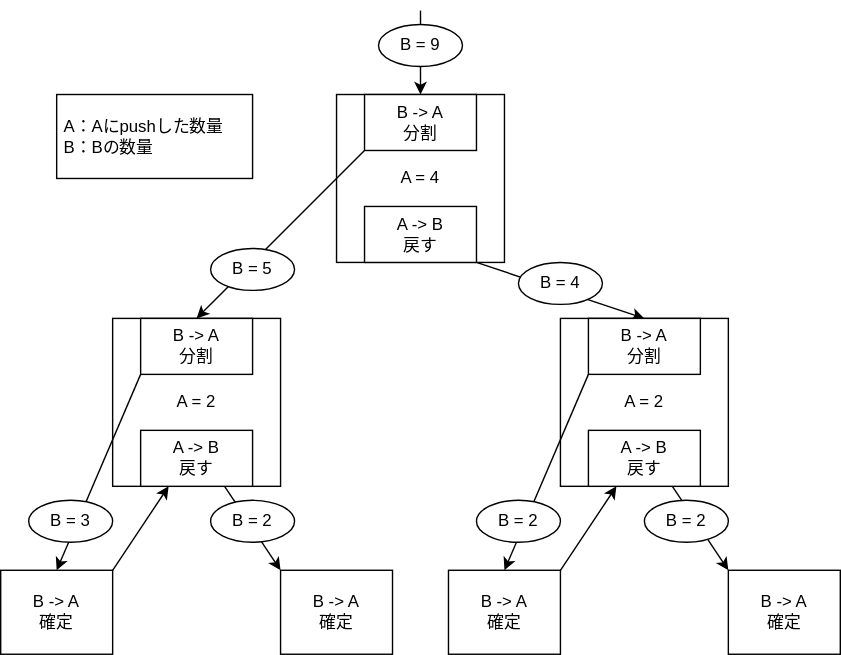
welove-t/42Tokyo-push_swap keeps this draw.io diagram as images/qsort/qsort-recur_btoa.svg. Above is the earlier version. Source tidied: cells renumbered, new cells last; positions are measured from the earlier drawing's top-left corner, leaving out a move shared by most shapes. Its diagram source:
```xml
<mxGraphModel>
  <root>
    <mxCell id="0" />
    <mxCell id="1" parent="0" />
    <mxCell id="2" value="A = 4" style="rounded=0;whiteSpace=wrap;html=1;" parent="1" vertex="1">
      <mxGeometry x="240" y="60" width="120" height="120" as="geometry" />
    </mxCell>
    <mxCell id="3" style="edgeStyle=none;html=1;exitX=0;exitY=1;exitDx=0;exitDy=0;entryX=0.5;entryY=0;entryDx=0;entryDy=0;" parent="1" edge="1" source="4" target="9">
      <mxGeometry relative="1" as="geometry" />
    </mxCell>
    <mxCell id="4" value="B -&amp;gt; A&lt;br&gt;分割" style="rounded=0;whiteSpace=wrap;html=1;" parent="1" vertex="1">
      <mxGeometry x="260" y="60" width="80" height="40" as="geometry" />
    </mxCell>
    <mxCell id="5" style="edgeStyle=none;html=1;exitX=1;exitY=1;exitDx=0;exitDy=0;entryX=0.5;entryY=0;entryDx=0;entryDy=0;" parent="1" edge="1" source="6" target="14">
      <mxGeometry relative="1" as="geometry" />
    </mxCell>
    <mxCell id="6" value="A -&amp;gt; B&lt;br&gt;戻す" style="rounded=0;whiteSpace=wrap;html=1;" parent="1" vertex="1">
      <mxGeometry x="260" y="140" width="80" height="40" as="geometry" />
    </mxCell>
    <mxCell id="7" value="A = 2" style="rounded=0;whiteSpace=wrap;html=1;" parent="1" vertex="1">
      <mxGeometry x="80" y="220" width="120" height="120" as="geometry" />
    </mxCell>
    <mxCell id="8" style="edgeStyle=none;html=1;exitX=0;exitY=1;exitDx=0;exitDy=0;entryX=0.5;entryY=0;entryDx=0;entryDy=0;" parent="1" edge="1" source="9" target="18">
      <mxGeometry relative="1" as="geometry" />
    </mxCell>
    <mxCell id="9" value="B -&amp;gt; A&lt;br&gt;分割" style="rounded=0;whiteSpace=wrap;html=1;" parent="1" vertex="1">
      <mxGeometry x="100" y="220" width="80" height="40" as="geometry" />
    </mxCell>
    <mxCell id="10" style="edgeStyle=none;html=1;exitX=0.75;exitY=1;exitDx=0;exitDy=0;entryX=0;entryY=0;entryDx=0;entryDy=0;" parent="1" edge="1" source="11" target="19">
      <mxGeometry relative="1" as="geometry" />
    </mxCell>
    <mxCell id="11" value="A -&amp;gt; B&lt;br&gt;戻す" style="rounded=0;whiteSpace=wrap;html=1;" parent="1" vertex="1">
      <mxGeometry x="100" y="300" width="80" height="40" as="geometry" />
    </mxCell>
    <mxCell id="12" value="A = 2" style="rounded=0;whiteSpace=wrap;html=1;" parent="1" vertex="1">
      <mxGeometry x="400" y="220" width="120" height="120" as="geometry" />
    </mxCell>
    <mxCell id="13" style="edgeStyle=none;html=1;exitX=0;exitY=1;exitDx=0;exitDy=0;entryX=0.5;entryY=0;entryDx=0;entryDy=0;" parent="1" edge="1" source="14" target="21">
      <mxGeometry relative="1" as="geometry" />
    </mxCell>
    <mxCell id="14" value="B -&amp;gt; A&lt;br&gt;分割" style="rounded=0;whiteSpace=wrap;html=1;" parent="1" vertex="1">
      <mxGeometry x="420" y="220" width="80" height="40" as="geometry" />
    </mxCell>
    <mxCell id="15" style="edgeStyle=none;html=1;exitX=0.75;exitY=1;exitDx=0;exitDy=0;entryX=0;entryY=0;entryDx=0;entryDy=0;" parent="1" edge="1" source="16" target="22">
      <mxGeometry relative="1" as="geometry" />
    </mxCell>
    <mxCell id="16" value="A -&amp;gt; B&lt;br&gt;戻す" style="rounded=0;whiteSpace=wrap;html=1;" parent="1" vertex="1">
      <mxGeometry x="420" y="300" width="80" height="40" as="geometry" />
    </mxCell>
    <mxCell id="17" style="edgeStyle=none;html=1;exitX=1;exitY=0;exitDx=0;exitDy=0;entryX=0.25;entryY=1;entryDx=0;entryDy=0;" parent="1" edge="1" source="18" target="11">
      <mxGeometry relative="1" as="geometry" />
    </mxCell>
    <mxCell id="18" value="B -&amp;gt; A&lt;br&gt;確定" style="rounded=0;whiteSpace=wrap;html=1;" parent="1" vertex="1">
      <mxGeometry y="400" width="80" height="60" as="geometry" />
    </mxCell>
    <mxCell id="19" value="B -&amp;gt; A&lt;br&gt;確定" style="rounded=0;whiteSpace=wrap;html=1;" parent="1" vertex="1">
      <mxGeometry x="200" y="400" width="80" height="60" as="geometry" />
    </mxCell>
    <mxCell id="20" style="edgeStyle=none;html=1;exitX=1;exitY=0;exitDx=0;exitDy=0;entryX=0.25;entryY=1;entryDx=0;entryDy=0;" parent="1" edge="1" source="21" target="16">
      <mxGeometry relative="1" as="geometry" />
    </mxCell>
    <mxCell id="21" value="B -&amp;gt; A&lt;br&gt;確定" style="rounded=0;whiteSpace=wrap;html=1;" parent="1" vertex="1">
      <mxGeometry x="320" y="400" width="80" height="60" as="geometry" />
    </mxCell>
    <mxCell id="22" value="B -&amp;gt; A&lt;br&gt;確定" style="rounded=0;whiteSpace=wrap;html=1;" parent="1" vertex="1">
      <mxGeometry x="520" y="400" width="80" height="60" as="geometry" />
    </mxCell>
    <mxCell id="23" value="&amp;nbsp;A：Aにpushした数量&lt;br&gt;&amp;nbsp;B：Bの数量" style="whiteSpace=wrap;html=1;align=left;" parent="1" vertex="1">
      <mxGeometry x="40" y="60" width="140" height="60" as="geometry" />
    </mxCell>
    <mxCell id="24" value="B = 5" style="ellipse;whiteSpace=wrap;html=1;" parent="1" vertex="1">
      <mxGeometry x="150" y="170" width="60" height="30" as="geometry" />
    </mxCell>
    <mxCell id="25" value="B = 3" style="ellipse;whiteSpace=wrap;html=1;" parent="1" vertex="1">
      <mxGeometry x="20" y="350" width="60" height="30" as="geometry" />
    </mxCell>
    <mxCell id="26" value="B = 2" style="ellipse;whiteSpace=wrap;html=1;" parent="1" vertex="1">
      <mxGeometry x="150" y="350" width="60" height="30" as="geometry" />
    </mxCell>
    <mxCell id="27" value="B = 4" style="ellipse;whiteSpace=wrap;html=1;" parent="1" vertex="1">
      <mxGeometry x="370" y="180" width="60" height="30" as="geometry" />
    </mxCell>
    <mxCell id="28" value="B = 2" style="ellipse;whiteSpace=wrap;html=1;" parent="1" vertex="1">
      <mxGeometry x="340" y="350" width="60" height="30" as="geometry" />
    </mxCell>
    <mxCell id="29" value="B = 2" style="ellipse;whiteSpace=wrap;html=1;" parent="1" vertex="1">
      <mxGeometry x="460" y="350" width="60" height="30" as="geometry" />
    </mxCell>
    <mxCell id="30" style="endArrow=classic;html=1;fontSize=16;entryX=0.5;entryY=0;entryDx=0;entryDy=0;" parent="1" edge="1" target="4">
      <mxGeometry relative="1" as="geometry">
        <mxPoint x="300" as="sourcePoint" />
      </mxGeometry>
    </mxCell>
    <mxCell id="31" value="B = 9" style="ellipse;whiteSpace=wrap;html=1;" parent="1" vertex="1">
      <mxGeometry x="270" y="10" width="60" height="30" as="geometry" />
    </mxCell>
  </root>
</mxGraphModel>
```
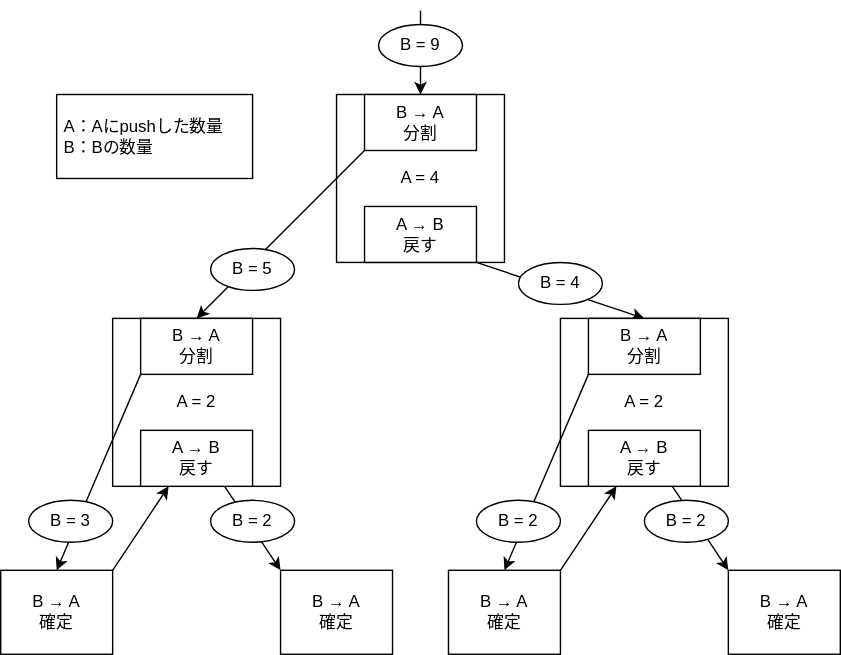
The same file after the commit.

Diff of the diagram source:
```diff
@@ -8,13 +8,13 @@
     <mxCell id="3" style="edgeStyle=none;html=1;exitX=0;exitY=1;exitDx=0;exitDy=0;entryX=0.5;entryY=0;entryDx=0;entryDy=0;" parent="1" edge="1" source="4" target="9">
       <mxGeometry relative="1" as="geometry" />
     </mxCell>
-    <mxCell id="4" value="B -&amp;gt; A&lt;br&gt;分割" style="rounded=0;whiteSpace=wrap;html=1;" parent="1" vertex="1">
+    <mxCell id="4" value="B → A&lt;br&gt;分割" style="rounded=0;whiteSpace=wrap;html=1;" parent="1" vertex="1">
       <mxGeometry x="260" y="60" width="80" height="40" as="geometry" />
     </mxCell>
     <mxCell id="5" style="edgeStyle=none;html=1;exitX=1;exitY=1;exitDx=0;exitDy=0;entryX=0.5;entryY=0;entryDx=0;entryDy=0;" parent="1" edge="1" source="6" target="14">
       <mxGeometry relative="1" as="geometry" />
     </mxCell>
-    <mxCell id="6" value="A -&amp;gt; B&lt;br&gt;戻す" style="rounded=0;whiteSpace=wrap;html=1;" parent="1" vertex="1">
+    <mxCell id="6" value="A → B&lt;br&gt;戻す" style="rounded=0;whiteSpace=wrap;html=1;" parent="1" vertex="1">
       <mxGeometry x="260" y="140" width="80" height="40" as="geometry" />
     </mxCell>
     <mxCell id="7" value="A = 2" style="rounded=0;whiteSpace=wrap;html=1;" parent="1" vertex="1">
@@ -23,13 +23,13 @@
     <mxCell id="8" style="edgeStyle=none;html=1;exitX=0;exitY=1;exitDx=0;exitDy=0;entryX=0.5;entryY=0;entryDx=0;entryDy=0;" parent="1" edge="1" source="9" target="18">
       <mxGeometry relative="1" as="geometry" />
     </mxCell>
-    <mxCell id="9" value="B -&amp;gt; A&lt;br&gt;分割" style="rounded=0;whiteSpace=wrap;html=1;" parent="1" vertex="1">
+    <mxCell id="9" value="B → A&lt;br&gt;分割" style="rounded=0;whiteSpace=wrap;html=1;" parent="1" vertex="1">
       <mxGeometry x="100" y="220" width="80" height="40" as="geometry" />
     </mxCell>
     <mxCell id="10" style="edgeStyle=none;html=1;exitX=0.75;exitY=1;exitDx=0;exitDy=0;entryX=0;entryY=0;entryDx=0;entryDy=0;" parent="1" edge="1" source="11" target="19">
       <mxGeometry relative="1" as="geometry" />
     </mxCell>
-    <mxCell id="11" value="A -&amp;gt; B&lt;br&gt;戻す" style="rounded=0;whiteSpace=wrap;html=1;" parent="1" vertex="1">
+    <mxCell id="11" value="A → B&lt;br&gt;戻す" style="rounded=0;whiteSpace=wrap;html=1;" parent="1" vertex="1">
       <mxGeometry x="100" y="300" width="80" height="40" as="geometry" />
     </mxCell>
     <mxCell id="12" value="A = 2" style="rounded=0;whiteSpace=wrap;html=1;" parent="1" vertex="1">
@@ -38,31 +38,31 @@
     <mxCell id="13" style="edgeStyle=none;html=1;exitX=0;exitY=1;exitDx=0;exitDy=0;entryX=0.5;entryY=0;entryDx=0;entryDy=0;" parent="1" edge="1" source="14" target="21">
       <mxGeometry relative="1" as="geometry" />
     </mxCell>
-    <mxCell id="14" value="B -&amp;gt; A&lt;br&gt;分割" style="rounded=0;whiteSpace=wrap;html=1;" parent="1" vertex="1">
+    <mxCell id="14" value="B → A&lt;br&gt;分割" style="rounded=0;whiteSpace=wrap;html=1;" parent="1" vertex="1">
       <mxGeometry x="420" y="220" width="80" height="40" as="geometry" />
     </mxCell>
     <mxCell id="15" style="edgeStyle=none;html=1;exitX=0.75;exitY=1;exitDx=0;exitDy=0;entryX=0;entryY=0;entryDx=0;entryDy=0;" parent="1" edge="1" source="16" target="22">
       <mxGeometry relative="1" as="geometry" />
     </mxCell>
-    <mxCell id="16" value="A -&amp;gt; B&lt;br&gt;戻す" style="rounded=0;whiteSpace=wrap;html=1;" parent="1" vertex="1">
+    <mxCell id="16" value="A → B&lt;br&gt;戻す" style="rounded=0;whiteSpace=wrap;html=1;" parent="1" vertex="1">
       <mxGeometry x="420" y="300" width="80" height="40" as="geometry" />
     </mxCell>
     <mxCell id="17" style="edgeStyle=none;html=1;exitX=1;exitY=0;exitDx=0;exitDy=0;entryX=0.25;entryY=1;entryDx=0;entryDy=0;" parent="1" edge="1" source="18" target="11">
       <mxGeometry relative="1" as="geometry" />
     </mxCell>
-    <mxCell id="18" value="B -&amp;gt; A&lt;br&gt;確定" style="rounded=0;whiteSpace=wrap;html=1;" parent="1" vertex="1">
+    <mxCell id="18" value="B → A&lt;br&gt;確定" style="rounded=0;whiteSpace=wrap;html=1;" parent="1" vertex="1">
       <mxGeometry y="400" width="80" height="60" as="geometry" />
     </mxCell>
-    <mxCell id="19" value="B -&amp;gt; A&lt;br&gt;確定" style="rounded=0;whiteSpace=wrap;html=1;" parent="1" vertex="1">
+    <mxCell id="19" value="B → A&lt;br&gt;確定" style="rounded=0;whiteSpace=wrap;html=1;" parent="1" vertex="1">
       <mxGeometry x="200" y="400" width="80" height="60" as="geometry" />
     </mxCell>
     <mxCell id="20" style="edgeStyle=none;html=1;exitX=1;exitY=0;exitDx=0;exitDy=0;entryX=0.25;entryY=1;entryDx=0;entryDy=0;" parent="1" edge="1" source="21" target="16">
       <mxGeometry relative="1" as="geometry" />
     </mxCell>
-    <mxCell id="21" value="B -&amp;gt; A&lt;br&gt;確定" style="rounded=0;whiteSpace=wrap;html=1;" parent="1" vertex="1">
+    <mxCell id="21" value="B → A&lt;br&gt;確定" style="rounded=0;whiteSpace=wrap;html=1;" parent="1" vertex="1">
       <mxGeometry x="320" y="400" width="80" height="60" as="geometry" />
     </mxCell>
-    <mxCell id="22" value="B -&amp;gt; A&lt;br&gt;確定" style="rounded=0;whiteSpace=wrap;html=1;" parent="1" vertex="1">
+    <mxCell id="22" value="B → A&lt;br&gt;確定" style="rounded=0;whiteSpace=wrap;html=1;" parent="1" vertex="1">
       <mxGeometry x="520" y="400" width="80" height="60" as="geometry" />
     </mxCell>
     <mxCell id="23" value="&amp;nbsp;A：Aにpushした数量&lt;br&gt;&amp;nbsp;B：Bの数量" style="whiteSpace=wrap;html=1;align=left;" parent="1" vertex="1">
```
